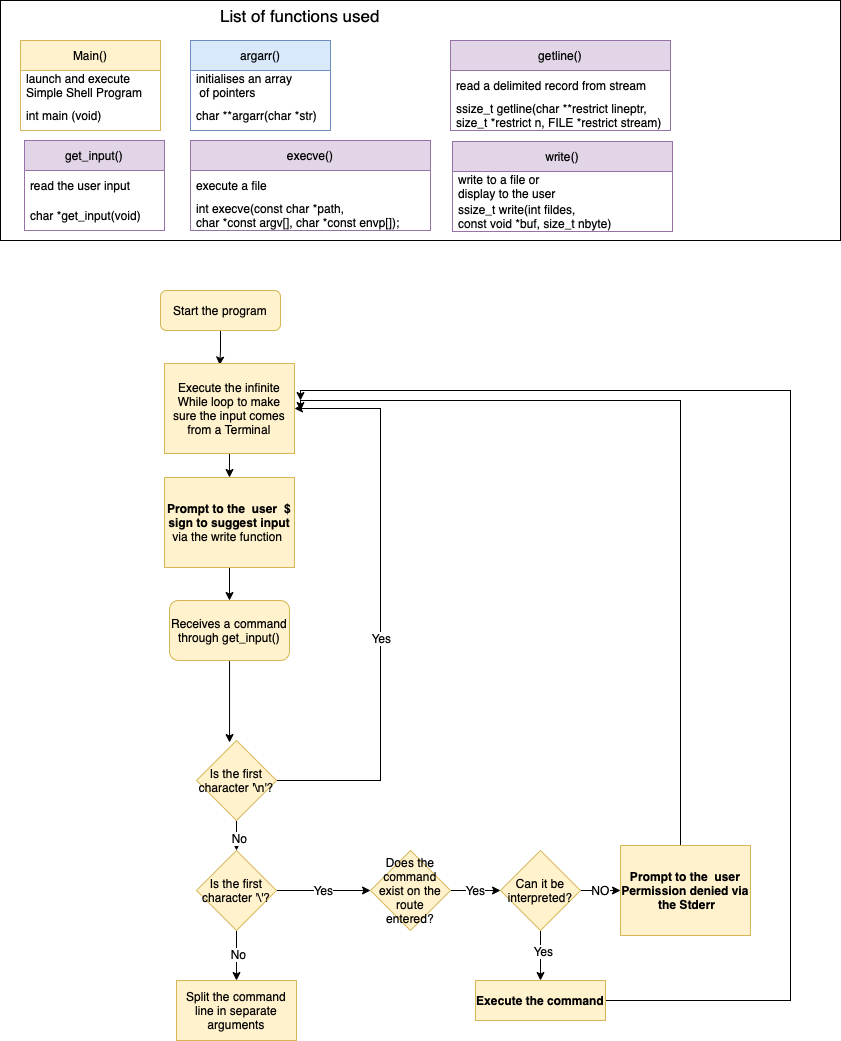
The draw.io diagram Simple_shell.drawio.png in RainInApril/holbertonschool-simple_shell, before a commit. Source tidied: cells renumbered, new cells last; positions are measured from the earlier drawing's top-left corner, leaving out a move shared by most shapes.
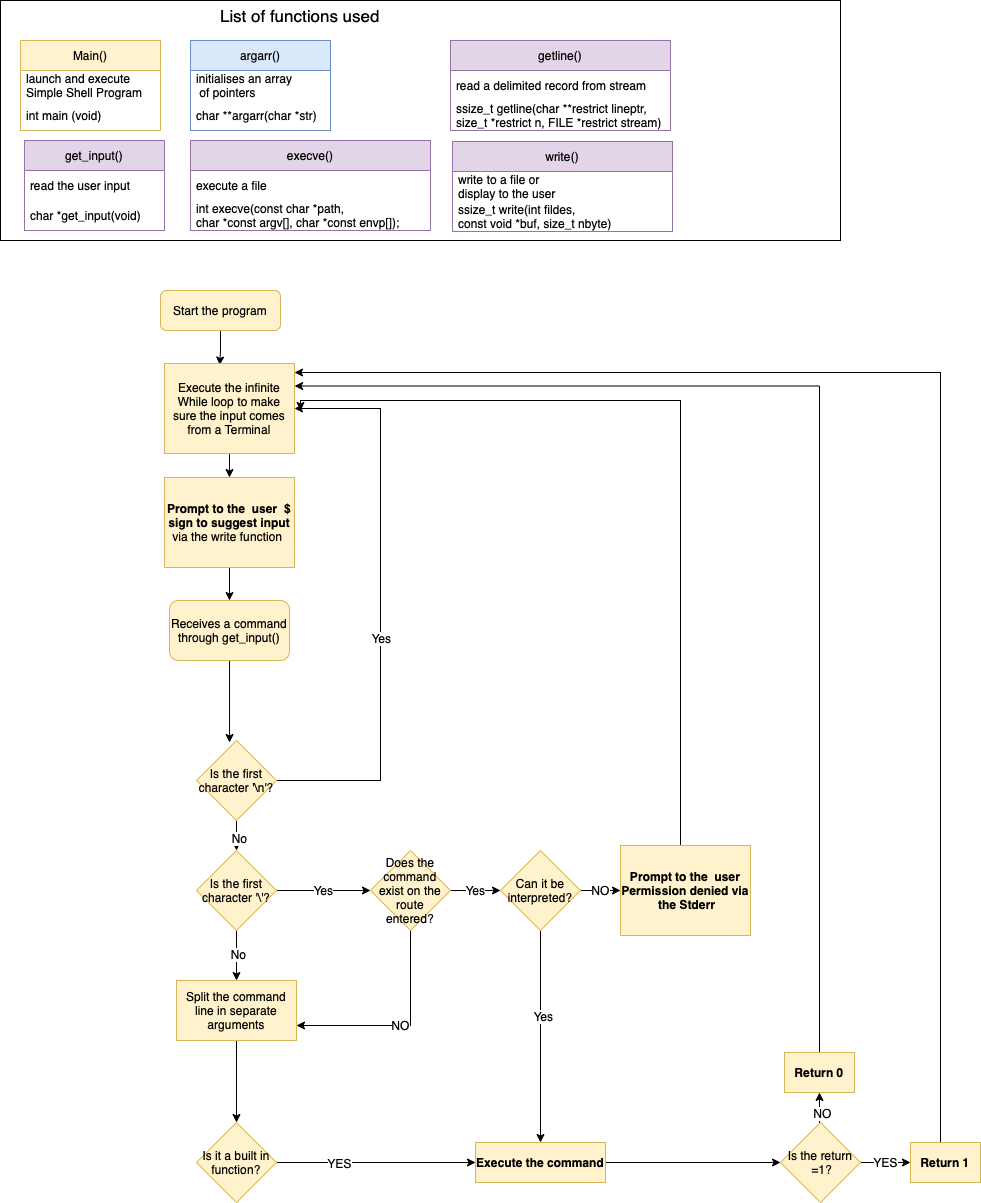
The same file after the commit.

Commit message:
Argv(0)interpret

Change to the diagram source:
```diff
@@ -121,9 +121,19 @@
     <mxCell id="39" value="Yes" style="edgeStyle=orthogonalEdgeStyle;rounded=0;jettySize=auto;html=1;fontFamily=Helvetica;fontSize=12;" parent="1" edge="1" source="40" target="45">
       <mxGeometry relative="1" as="geometry" />
     </mxCell>
+    <mxCell id="50" value="NO" style="edgeStyle=orthogonalEdgeStyle;rounded=0;jettySize=auto;html=1;entryX=1;entryY=0.75;entryDx=0;entryDy=0;fontFamily=Helvetica;fontSize=12;" parent="1" edge="1" source="40" target="41">
+      <mxGeometry relative="1" as="geometry">
+        <Array as="points">
+          <mxPoint x="410" y="1025" />
+        </Array>
+      </mxGeometry>
+    </mxCell>
     <mxCell id="40" value="Does the command exist on the route entered?" style="rhombus;whiteSpace=wrap;html=1;fontFamily=Helvetica;fontSize=12;fillColor=#fff2cc;strokeColor=#d6b656;" parent="1" vertex="1">
       <mxGeometry x="370" y="850" width="80" height="80" as="geometry" />
     </mxCell>
+    <mxCell id="51" style="edgeStyle=orthogonalEdgeStyle;rounded=0;jettySize=auto;html=1;entryX=0.5;entryY=0;entryDx=0;entryDy=0;fontFamily=Helvetica;fontSize=12;" parent="1" edge="1" source="41" target="55">
+      <mxGeometry relative="1" as="geometry" />
+    </mxCell>
     <mxCell id="41" value="Split the command line in separate arguments" style="rounded=0;whiteSpace=wrap;html=1;fontFamily=Helvetica;fontSize=12;fillColor=#fff2cc;strokeColor=#d6b656;" parent="1" vertex="1">
       <mxGeometry x="176" y="980" width="120" height="60" as="geometry" />
     </mxCell>
@@ -151,18 +161,52 @@
     <mxCell id="47" value="&lt;b&gt;Prompt to the &amp;nbsp;user Permission denied via &amp;nbsp;the Stderr&lt;/b&gt;" style="rounded=0;whiteSpace=wrap;html=1;fillColor=#fff2cc;strokeColor=#d6b656;" parent="1" vertex="1">
       <mxGeometry x="620" y="845" width="130" height="90" as="geometry" />
     </mxCell>
-    <mxCell id="48" style="edgeStyle=orthogonalEdgeStyle;rounded=0;jettySize=auto;html=1;fontFamily=Helvetica;fontSize=12;" parent="1" edge="1" source="49">
-      <mxGeometry relative="1" as="geometry">
-        <mxPoint x="300" y="400" as="targetPoint" />
-        <Array as="points">
-          <mxPoint x="790" y="1000" />
-          <mxPoint x="790" y="390" />
-          <mxPoint x="300" y="390" />
-        </Array>
-      </mxGeometry>
-    </mxCell>
+    <mxCell id="52" style="edgeStyle=orthogonalEdgeStyle;rounded=0;jettySize=auto;html=1;entryX=0;entryY=0.5;entryDx=0;entryDy=0;fontFamily=Helvetica;fontSize=12;" parent="1" edge="1" source="49" target="59">
+      <mxGeometry relative="1" as="geometry" />
+    </mxCell>
     <mxCell id="49" value="&lt;b&gt;Execute the command&lt;/b&gt;" style="rounded=0;whiteSpace=wrap;html=1;fillColor=#fff2cc;strokeColor=#d6b656;" parent="1" vertex="1">
-      <mxGeometry x="475" y="980" width="130" height="40" as="geometry" />
+      <mxGeometry x="475" y="1142" width="130" height="40" as="geometry" />
     </mxCell>
+    <mxCell id="53" style="edgeStyle=orthogonalEdgeStyle;rounded=0;jettySize=auto;html=1;entryX=0;entryY=0.5;entryDx=0;entryDy=0;fontFamily=Helvetica;fontSize=12;" parent="1" edge="1" source="55" target="49">
+      <mxGeometry relative="1" as="geometry" />
+    </mxCell>
+    <mxCell id="54" value="YES" style="edgeLabel;html=1;align=center;verticalAlign=middle;fontSize=12;fontFamily=Helvetica;" parent="53" vertex="1">
+      <mxGeometry x="-0.38" relative="1" as="geometry" />
+    </mxCell>
+    <mxCell id="55" value="Is it a built in function?" style="rhombus;whiteSpace=wrap;html=1;fontFamily=Helvetica;fontSize=12;fillColor=#fff2cc;strokeColor=#d6b656;" parent="1" vertex="1">
+      <mxGeometry x="196" y="1122" width="80" height="80" as="geometry" />
+    </mxCell>
+    <mxCell id="56" value="YES" style="edgeStyle=orthogonalEdgeStyle;rounded=0;jettySize=auto;html=1;fontFamily=Helvetica;fontSize=12;entryX=0;entryY=0.5;entryDx=0;entryDy=0;" parent="1" edge="1" source="59" target="61">
+      <mxGeometry relative="1" as="geometry" />
+    </mxCell>
+    <mxCell id="57" style="edgeStyle=orthogonalEdgeStyle;rounded=0;jettySize=auto;html=1;exitX=0.5;exitY=0;exitDx=0;exitDy=0;entryX=0.5;entryY=1;entryDx=0;entryDy=0;fontFamily=Helvetica;fontSize=12;" parent="1" edge="1" source="59" target="63">
+      <mxGeometry relative="1" as="geometry" />
+    </mxCell>
+    <mxCell id="58" value="NO" style="edgeLabel;html=1;align=center;verticalAlign=middle;fontSize=12;fontFamily=Helvetica;" parent="57" vertex="1">
+      <mxGeometry x="-0.29" y="-2" relative="1" as="geometry" />
+    </mxCell>
+    <mxCell id="59" value="Is the return &amp;nbsp;=1?" style="rhombus;whiteSpace=wrap;html=1;fontFamily=Helvetica;fontSize=12;fillColor=#fff2cc;strokeColor=#d6b656;" parent="1" vertex="1">
+      <mxGeometry x="780" y="1122" width="80" height="80" as="geometry" />
+    </mxCell>
+    <mxCell id="60" style="edgeStyle=orthogonalEdgeStyle;rounded=0;jettySize=auto;html=1;entryX=1;entryY=0.1;entryDx=0;entryDy=0;entryPerimeter=0;fontFamily=Helvetica;fontSize=12;" parent="1" edge="1" source="61" target="9">
+      <mxGeometry relative="1" as="geometry">
+        <Array as="points">
+          <mxPoint x="940" y="372" />
+        </Array>
+      </mxGeometry>
+    </mxCell>
+    <mxCell id="61" value="&lt;b&gt;Return 1&lt;/b&gt;" style="rounded=0;whiteSpace=wrap;html=1;fillColor=#fff2cc;strokeColor=#d6b656;" parent="1" vertex="1">
+      <mxGeometry x="910" y="1142" width="70" height="40" as="geometry" />
+    </mxCell>
+    <mxCell id="62" style="edgeStyle=orthogonalEdgeStyle;rounded=0;jettySize=auto;html=1;entryX=1;entryY=0.25;entryDx=0;entryDy=0;fontFamily=Helvetica;fontSize=12;" parent="1" edge="1" source="63" target="9">
+      <mxGeometry relative="1" as="geometry">
+        <Array as="points">
+          <mxPoint x="819" y="386" />
+        </Array>
+      </mxGeometry>
+    </mxCell>
+    <mxCell id="63" value="&lt;b&gt;Return 0&lt;/b&gt;" style="rounded=0;whiteSpace=wrap;html=1;fillColor=#fff2cc;strokeColor=#d6b656;" parent="1" vertex="1">
+      <mxGeometry x="784" y="1052" width="70" height="40" as="geometry" />
+    </mxCell>
   </root>
 </mxGraphModel>
```
